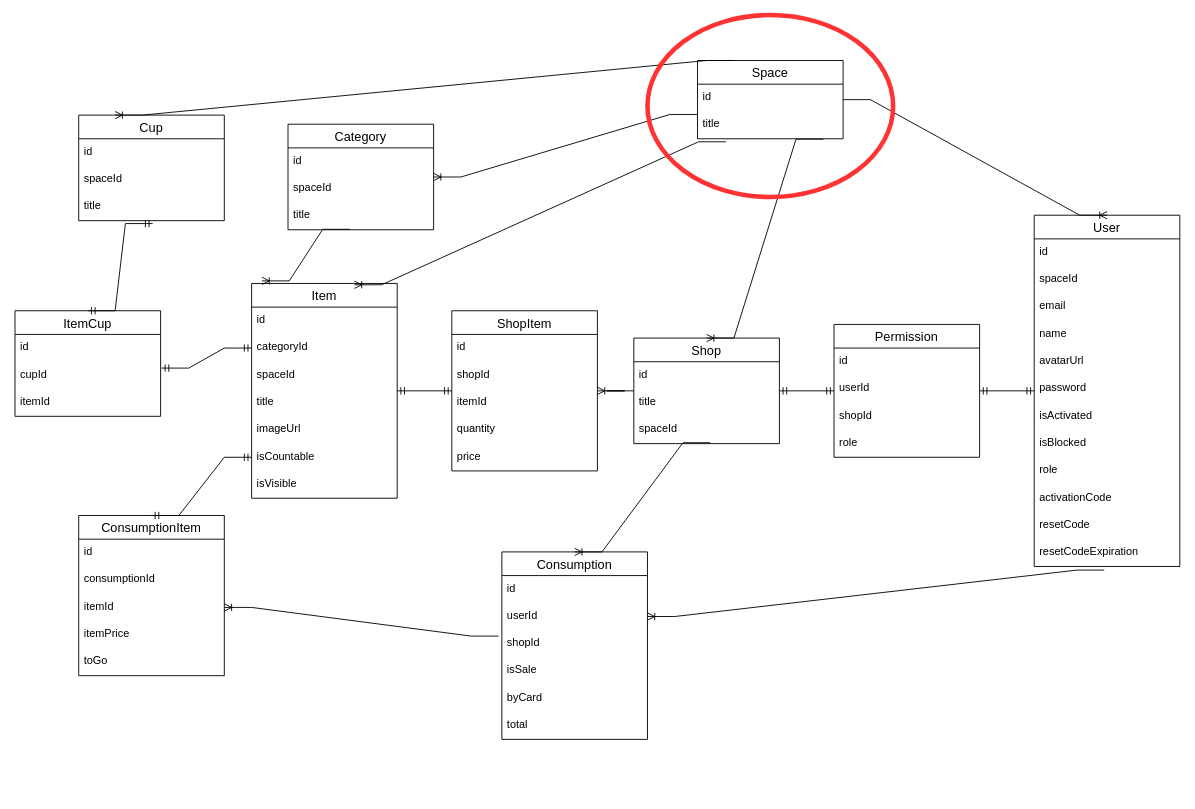
This is horeca.drawio from Nik68rus/myhoreca, a draw.io file, before an edit. Source tidied: cells renumbered, new cells numbered last; positions are measured from the earlier drawing's top-left corner, leaving out a move shared by most shapes. Both pictures are drawn from the tidied source at 91%, with x=0, y=0 at pixel (15, 15).
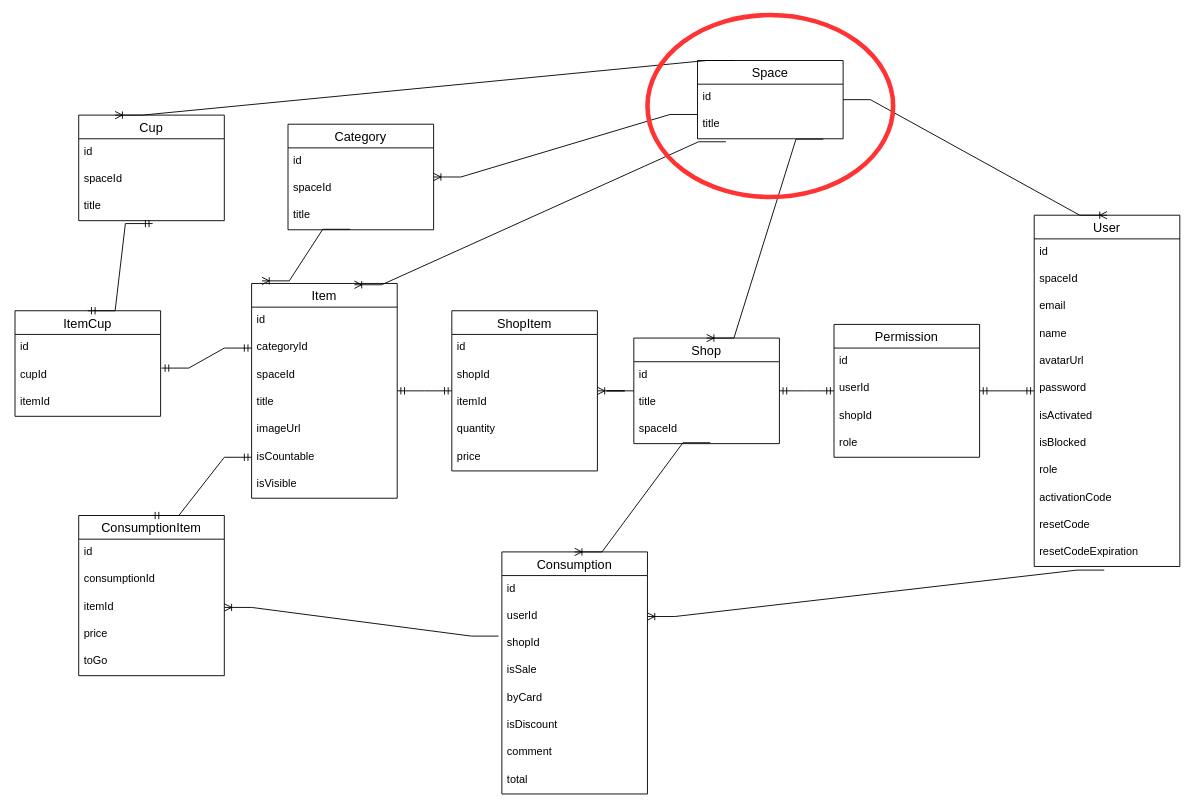
The same diagram, later.

Unchanged cells that the change refers to:
```xml
<mxCell id="52" value="ConsumptionItem" style="swimlane;fontStyle=0;horizontal=1;startSize=26;align=center;fontSize=14;" parent="1" vertex="1">
  <mxGeometry x="70" y="550" width="160" height="176" as="geometry" />
</mxCell>
```

Diff of the diagram source:
```diff
@@
-    <mxCell id="56" value="itemPrice" style="text;strokeColor=none;fillColor=none;spacingLeft=4;spacingRight=4;overflow=hidden;fontSize=12;" parent="52" vertex="1">
+    <mxCell id="56" value="price" style="text;strokeColor=none;fillColor=none;spacingLeft=4;spacingRight=4;overflow=hidden;fontSize=12;" parent="52" vertex="1">
       <mxGeometry y="116" width="160" height="30" as="geometry" />
     </mxCell>
@@
     <mxCell id="58" value="Consumption" style="swimlane;fontStyle=0;horizontal=1;startSize=26;align=center;fontSize=14;" parent="1" vertex="1">
-      <mxGeometry x="535" y="590" width="160" height="206" as="geometry" />
+      <mxGeometry x="535" y="590" width="160" height="266" as="geometry" />
     </mxCell>
@@
+    <mxCell id="83" value="isDiscount" style="text;strokeColor=none;fillColor=none;spacingLeft=4;spacingRight=4;overflow=hidden;fontSize=12;" parent="58" vertex="1">
+      <mxGeometry y="176" width="160" height="30" as="geometry" />
+    </mxCell>
+    <mxCell id="84" value="comment" style="text;strokeColor=none;fillColor=none;spacingLeft=4;spacingRight=4;overflow=hidden;fontSize=12;" parent="58" vertex="1">
+      <mxGeometry y="206" width="160" height="30" as="geometry" />
+    </mxCell>
     <mxCell id="64" value="total" style="text;strokeColor=none;fillColor=none;spacingLeft=4;spacingRight=4;overflow=hidden;fontSize=12;" parent="58" vertex="1">
-      <mxGeometry y="176" width="160" height="30" as="geometry" />
+      <mxGeometry y="236" width="160" height="30" as="geometry" />
     </mxCell>
```
